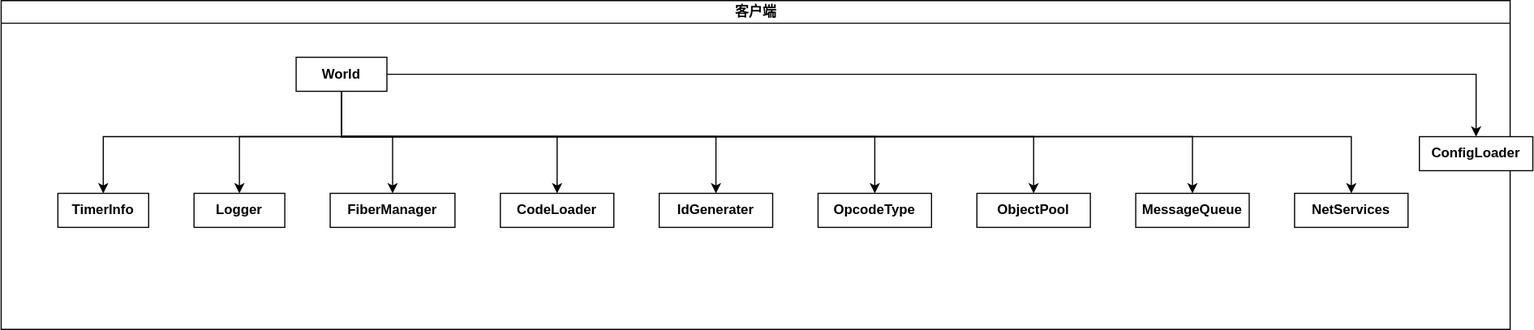
Earlier version of the draw.io export 项目/ET8.1/attachments/组件树状图.drawio.svg (RookieGordon/Learning-Notes). Source tidied: cells renumbered, new cells last; positions are measured from the earlier drawing's top-left corner, leaving out a move shared by most shapes. Source of this version:
```xml
<mxGraphModel>
  <root>
    <mxCell id="0" />
    <mxCell id="1" parent="0" />
    <mxCell id="2" value="客户端" style="swimlane;html=1;startSize=20;horizontal=1;containerType=tree;glass=0;" parent="1" vertex="1">
      <mxGeometry width="1330" height="290" as="geometry" />
    </mxCell>
    <object id="3" label="World" email="me@example.com" location="Office 1" name="Tessa Miller" placeholders="1" position="CFO">
      <mxCell style="label;whiteSpace=wrap;html=1;rounded=0;glass=0;imageAspect=1;align=center;spacingLeft=0;" parent="2" vertex="1">
        <mxGeometry x="260" y="50" width="80" height="30" as="geometry" />
      </mxCell>
    </object>
    <mxCell id="4" style="edgeStyle=orthogonalEdgeStyle;rounded=0;jettySize=auto;html=1;" parent="2" edge="1" source="3" target="5">
      <mxGeometry relative="1" as="geometry">
        <Array as="points">
          <mxPoint x="300" y="120" />
          <mxPoint x="90" y="120" />
        </Array>
      </mxGeometry>
    </mxCell>
    <object id="5" label="TimerInfo" email="me@example.com" location="Office 1" name="Tessa Miller" placeholders="1" position="CFO">
      <mxCell style="label;whiteSpace=wrap;html=1;rounded=0;glass=0;imageAspect=1;align=center;spacingLeft=0;" parent="2" vertex="1">
        <mxGeometry x="50" y="170" width="80" height="30" as="geometry" />
      </mxCell>
    </object>
    <mxCell id="6" style="edgeStyle=orthogonalEdgeStyle;rounded=0;jettySize=auto;html=1;" parent="2" edge="1" source="3" target="7">
      <mxGeometry relative="1" as="geometry">
        <Array as="points">
          <mxPoint x="300" y="120" />
          <mxPoint x="210" y="120" />
        </Array>
      </mxGeometry>
    </mxCell>
    <object id="7" label="Logger" email="me@example.com" location="Office 1" name="Tessa Miller" placeholders="1" position="CFO">
      <mxCell style="label;whiteSpace=wrap;html=1;rounded=0;glass=0;imageAspect=1;align=center;spacingLeft=0;" parent="2" vertex="1">
        <mxGeometry x="170" y="170" width="80" height="30" as="geometry" />
      </mxCell>
    </object>
    <mxCell id="8" style="edgeStyle=orthogonalEdgeStyle;rounded=0;jettySize=auto;html=1;entryX=0.5;entryY=0;entryDx=0;entryDy=0;" parent="2" edge="1" source="3" target="9">
      <mxGeometry relative="1" as="geometry">
        <Array as="points">
          <mxPoint x="300" y="120" />
          <mxPoint x="345" y="120" />
        </Array>
      </mxGeometry>
    </mxCell>
    <object id="9" label="FiberManager" email="me@example.com" location="Office 1" name="Tessa Miller" placeholders="1" position="CFO">
      <mxCell style="label;whiteSpace=wrap;html=1;rounded=0;glass=0;imageAspect=1;align=center;spacingLeft=0;" parent="2" vertex="1">
        <mxGeometry x="290" y="170" width="110" height="30" as="geometry" />
      </mxCell>
    </object>
    <mxCell id="10" style="edgeStyle=orthogonalEdgeStyle;rounded=0;jettySize=auto;html=1;" parent="2" edge="1" source="3" target="11">
      <mxGeometry relative="1" as="geometry">
        <Array as="points">
          <mxPoint x="300" y="120" />
          <mxPoint x="490" y="120" />
        </Array>
      </mxGeometry>
    </mxCell>
    <object id="11" label="CodeLoader" email="me@example.com" location="Office 1" name="Tessa Miller" placeholders="1" position="CFO">
      <mxCell style="label;whiteSpace=wrap;html=1;rounded=0;glass=0;imageAspect=1;align=center;spacingLeft=0;" parent="2" vertex="1">
        <mxGeometry x="440" y="170" width="100" height="30" as="geometry" />
      </mxCell>
    </object>
    <mxCell id="12" style="edgeStyle=orthogonalEdgeStyle;rounded=0;jettySize=auto;html=1;" parent="2" edge="1" source="3" target="13">
      <mxGeometry relative="1" as="geometry">
        <Array as="points">
          <mxPoint x="300" y="120" />
          <mxPoint x="630" y="120" />
        </Array>
      </mxGeometry>
    </mxCell>
    <object id="13" label="IdGenerater" email="me@example.com" location="Office 1" name="Tessa Miller" placeholders="1" position="CFO">
      <mxCell style="label;whiteSpace=wrap;html=1;rounded=0;glass=0;imageAspect=1;align=center;spacingLeft=0;" parent="2" vertex="1">
        <mxGeometry x="580" y="170" width="100" height="30" as="geometry" />
      </mxCell>
    </object>
    <mxCell id="14" style="edgeStyle=orthogonalEdgeStyle;rounded=0;jettySize=auto;html=1;" parent="2" edge="1" source="3" target="15">
      <mxGeometry relative="1" as="geometry">
        <Array as="points">
          <mxPoint x="300" y="120" />
          <mxPoint x="770" y="120" />
        </Array>
      </mxGeometry>
    </mxCell>
    <object id="15" label="OpcodeType" email="me@example.com" location="Office 1" name="Tessa Miller" placeholders="1" position="CFO">
      <mxCell style="label;whiteSpace=wrap;html=1;rounded=0;glass=0;imageAspect=1;align=center;spacingLeft=0;" parent="2" vertex="1">
        <mxGeometry x="720" y="170" width="100" height="30" as="geometry" />
      </mxCell>
    </object>
    <mxCell id="16" style="edgeStyle=orthogonalEdgeStyle;rounded=0;jettySize=auto;html=1;" parent="2" edge="1" source="3" target="17">
      <mxGeometry relative="1" as="geometry">
        <Array as="points">
          <mxPoint x="300" y="120" />
          <mxPoint x="910" y="120" />
        </Array>
      </mxGeometry>
    </mxCell>
    <object id="17" label="ObjectPool" email="me@example.com" location="Office 1" name="Tessa Miller" placeholders="1" position="CFO">
      <mxCell style="label;whiteSpace=wrap;html=1;rounded=0;glass=0;imageAspect=1;align=center;spacingLeft=0;" parent="2" vertex="1">
        <mxGeometry x="860" y="170" width="100" height="30" as="geometry" />
      </mxCell>
    </object>
    <mxCell id="18" style="edgeStyle=orthogonalEdgeStyle;rounded=0;jettySize=auto;html=1;" parent="2" edge="1" source="3" target="19">
      <mxGeometry relative="1" as="geometry" />
    </mxCell>
    <object id="19" label="ConfigLoader" email="me@example.com" location="Office 1" name="Tessa Miller" placeholders="1" position="CFO">
      <mxCell style="label;whiteSpace=wrap;html=1;rounded=0;glass=0;imageAspect=1;align=center;spacingLeft=0;" parent="2" vertex="1">
        <mxGeometry x="1250" y="120" width="100" height="30" as="geometry" />
      </mxCell>
    </object>
    <object id="20" label="MessageQueue" email="me@example.com" location="Office 1" name="Tessa Miller" placeholders="1" position="CFO">
      <mxCell style="label;whiteSpace=wrap;html=1;rounded=0;glass=0;imageAspect=1;align=center;spacingLeft=0;" parent="1" vertex="1">
        <mxGeometry x="1000" y="170" width="100" height="30" as="geometry" />
      </mxCell>
    </object>
    <object id="21" label="NetServices" email="me@example.com" location="Office 1" name="Tessa Miller" placeholders="1" position="CFO">
      <mxCell style="label;whiteSpace=wrap;html=1;rounded=0;glass=0;imageAspect=1;align=center;spacingLeft=0;" parent="1" vertex="1">
        <mxGeometry x="1140" y="170" width="100" height="30" as="geometry" />
      </mxCell>
    </object>
    <mxCell id="22" style="edgeStyle=orthogonalEdgeStyle;rounded=0;jettySize=auto;html=1;" parent="1" edge="1" source="3" target="20">
      <mxGeometry relative="1" as="geometry">
        <Array as="points">
          <mxPoint x="300" y="120" />
          <mxPoint x="1050" y="120" />
        </Array>
      </mxGeometry>
    </mxCell>
    <mxCell id="23" style="edgeStyle=orthogonalEdgeStyle;rounded=0;jettySize=auto;html=1;" parent="1" edge="1" source="3" target="21">
      <mxGeometry relative="1" as="geometry">
        <Array as="points">
          <mxPoint x="300" y="120" />
          <mxPoint x="1190" y="120" />
        </Array>
      </mxGeometry>
    </mxCell>
  </root>
</mxGraphModel>
```
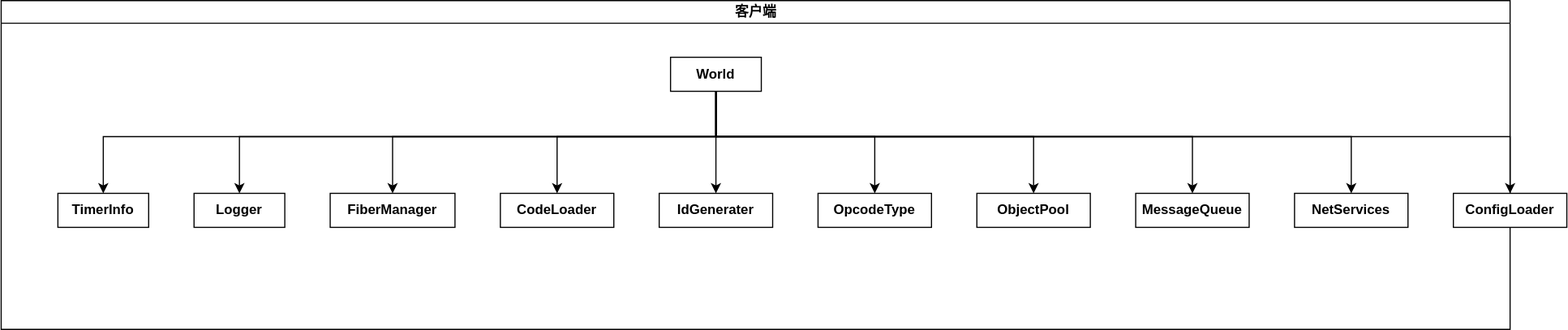
The same file after the commit.

Commit message:
vault backup: 2025-03-03 18:38:30

The edit, as a diff of the source:
```diff
@@ -7,13 +7,13 @@
     </mxCell>
     <object id="3" label="World" email="me@example.com" location="Office 1" name="Tessa Miller" placeholders="1" position="CFO">
       <mxCell style="label;whiteSpace=wrap;html=1;rounded=0;glass=0;imageAspect=1;align=center;spacingLeft=0;" parent="2" vertex="1">
-        <mxGeometry x="260" y="50" width="80" height="30" as="geometry" />
+        <mxGeometry x="590" y="50" width="80" height="30" as="geometry" />
       </mxCell>
     </object>
     <mxCell id="4" style="edgeStyle=orthogonalEdgeStyle;rounded=0;jettySize=auto;html=1;" parent="2" edge="1" source="3" target="5">
       <mxGeometry relative="1" as="geometry">
         <Array as="points">
-          <mxPoint x="300" y="120" />
+          <mxPoint x="630" y="120" />
           <mxPoint x="90" y="120" />
         </Array>
       </mxGeometry>
@@ -26,7 +26,7 @@
     <mxCell id="6" style="edgeStyle=orthogonalEdgeStyle;rounded=0;jettySize=auto;html=1;" parent="2" edge="1" source="3" target="7">
       <mxGeometry relative="1" as="geometry">
         <Array as="points">
-          <mxPoint x="300" y="120" />
+          <mxPoint x="630" y="120" />
           <mxPoint x="210" y="120" />
         </Array>
       </mxGeometry>
@@ -39,7 +39,7 @@
     <mxCell id="8" style="edgeStyle=orthogonalEdgeStyle;rounded=0;jettySize=auto;html=1;entryX=0.5;entryY=0;entryDx=0;entryDy=0;" parent="2" edge="1" source="3" target="9">
       <mxGeometry relative="1" as="geometry">
         <Array as="points">
-          <mxPoint x="300" y="120" />
+          <mxPoint x="630" y="120" />
           <mxPoint x="345" y="120" />
         </Array>
       </mxGeometry>
@@ -52,7 +52,7 @@
     <mxCell id="10" style="edgeStyle=orthogonalEdgeStyle;rounded=0;jettySize=auto;html=1;" parent="2" edge="1" source="3" target="11">
       <mxGeometry relative="1" as="geometry">
         <Array as="points">
-          <mxPoint x="300" y="120" />
+          <mxPoint x="630" y="120" />
           <mxPoint x="490" y="120" />
         </Array>
       </mxGeometry>
@@ -65,8 +65,8 @@
     <mxCell id="12" style="edgeStyle=orthogonalEdgeStyle;rounded=0;jettySize=auto;html=1;" parent="2" edge="1" source="3" target="13">
       <mxGeometry relative="1" as="geometry">
         <Array as="points">
-          <mxPoint x="300" y="120" />
-          <mxPoint x="630" y="120" />
+          <mxPoint x="630" y="100" />
+          <mxPoint x="630" y="100" />
         </Array>
       </mxGeometry>
     </mxCell>
@@ -78,7 +78,7 @@
     <mxCell id="14" style="edgeStyle=orthogonalEdgeStyle;rounded=0;jettySize=auto;html=1;" parent="2" edge="1" source="3" target="15">
       <mxGeometry relative="1" as="geometry">
         <Array as="points">
-          <mxPoint x="300" y="120" />
+          <mxPoint x="630" y="120" />
           <mxPoint x="770" y="120" />
         </Array>
       </mxGeometry>
@@ -91,7 +91,7 @@
     <mxCell id="16" style="edgeStyle=orthogonalEdgeStyle;rounded=0;jettySize=auto;html=1;" parent="2" edge="1" source="3" target="17">
       <mxGeometry relative="1" as="geometry">
         <Array as="points">
-          <mxPoint x="300" y="120" />
+          <mxPoint x="630" y="120" />
           <mxPoint x="910" y="120" />
         </Array>
       </mxGeometry>
@@ -101,14 +101,6 @@
         <mxGeometry x="860" y="170" width="100" height="30" as="geometry" />
       </mxCell>
     </object>
-    <mxCell id="18" style="edgeStyle=orthogonalEdgeStyle;rounded=0;jettySize=auto;html=1;" parent="2" edge="1" source="3" target="19">
-      <mxGeometry relative="1" as="geometry" />
-    </mxCell>
-    <object id="19" label="ConfigLoader" email="me@example.com" location="Office 1" name="Tessa Miller" placeholders="1" position="CFO">
-      <mxCell style="label;whiteSpace=wrap;html=1;rounded=0;glass=0;imageAspect=1;align=center;spacingLeft=0;" parent="2" vertex="1">
-        <mxGeometry x="1250" y="120" width="100" height="30" as="geometry" />
-      </mxCell>
-    </object>
     <object id="20" label="MessageQueue" email="me@example.com" location="Office 1" name="Tessa Miller" placeholders="1" position="CFO">
       <mxCell style="label;whiteSpace=wrap;html=1;rounded=0;glass=0;imageAspect=1;align=center;spacingLeft=0;" parent="1" vertex="1">
         <mxGeometry x="1000" y="170" width="100" height="30" as="geometry" />
@@ -122,7 +114,7 @@
     <mxCell id="22" style="edgeStyle=orthogonalEdgeStyle;rounded=0;jettySize=auto;html=1;" parent="1" edge="1" source="3" target="20">
       <mxGeometry relative="1" as="geometry">
         <Array as="points">
-          <mxPoint x="300" y="120" />
+          <mxPoint x="630" y="120" />
           <mxPoint x="1050" y="120" />
         </Array>
       </mxGeometry>
@@ -130,10 +122,23 @@
     <mxCell id="23" style="edgeStyle=orthogonalEdgeStyle;rounded=0;jettySize=auto;html=1;" parent="1" edge="1" source="3" target="21">
       <mxGeometry relative="1" as="geometry">
         <Array as="points">
-          <mxPoint x="300" y="120" />
+          <mxPoint x="630" y="120" />
           <mxPoint x="1190" y="120" />
         </Array>
       </mxGeometry>
     </mxCell>
+    <object id="19" label="ConfigLoader" email="me@example.com" location="Office 1" name="Tessa Miller" placeholders="1" position="CFO">
+      <mxCell style="label;whiteSpace=wrap;html=1;rounded=0;glass=0;imageAspect=1;align=center;spacingLeft=0;" parent="1" vertex="1">
+        <mxGeometry x="1280" y="170" width="100" height="30" as="geometry" />
+      </mxCell>
+    </object>
+    <mxCell id="18" style="edgeStyle=orthogonalEdgeStyle;rounded=0;jettySize=auto;html=1;" parent="1" edge="1" source="3" target="19">
+      <mxGeometry relative="1" as="geometry">
+        <Array as="points">
+          <mxPoint x="630" y="120" />
+          <mxPoint x="1330" y="120" />
+        </Array>
+      </mxGeometry>
+    </mxCell>
   </root>
 </mxGraphModel>
```
